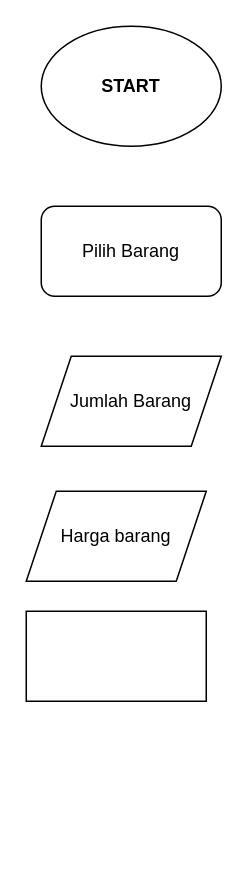
Above: Flowchart.drawio in BrokenBrainz/DestaPratama-BE5370877 (draw.io), before the change. Source tidied: cells renumbered, new cells numbered last; positions are measured from the earlier drawing's top-left corner, leaving out a move shared by most shapes. Both pictures are drawn from the tidied source at 150%, with x=0, y=0 at pixel (26, 26).
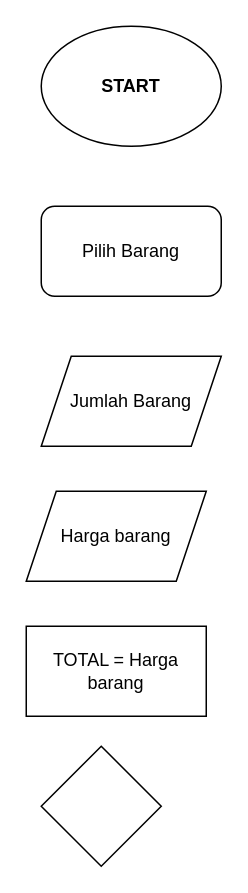
The same page after the edit.

Commit message:
Inisialisasi Pengkondisian

The edit, as a diff of the source:
```diff
@@
 <mxGraphModel>
   <root>
     <mxCell id="0" />
     <mxCell id="1" parent="0" />
     <mxCell id="2" value="&lt;b&gt;START&lt;/b&gt;" style="ellipse;whiteSpace=wrap;html=1;" parent="1" vertex="1">
       <mxGeometry x="10" width="120" height="80" as="geometry" />
     </mxCell>
     <mxCell id="3" value="Pilih Barang" style="rounded=1;whiteSpace=wrap;html=1;" parent="1" vertex="1">
       <mxGeometry x="10" y="120" width="120" height="60" as="geometry" />
     </mxCell>
     <mxCell id="4" value="Jumlah Barang" style="shape=parallelogram;perimeter=parallelogramPerimeter;whiteSpace=wrap;html=1;fixedSize=1;" parent="1" vertex="1">
       <mxGeometry x="10" y="220" width="120" height="60" as="geometry" />
     </mxCell>
     <mxCell id="5" value="Harga barang" style="shape=parallelogram;perimeter=parallelogramPerimeter;whiteSpace=wrap;html=1;fixedSize=1;" parent="1" vertex="1">
       <mxGeometry y="310" width="120" height="60" as="geometry" />
     </mxCell>
-    <mxCell id="6" style="rounded=0;whiteSpace=wrap;html=1;" parent="1" vertex="1">
-      <mxGeometry y="390" width="120" height="60" as="geometry" />
+    <mxCell id="6" value="TOTAL = Harga barang" style="rounded=0;whiteSpace=wrap;html=1;" parent="1" vertex="1">
+      <mxGeometry y="400" width="120" height="60" as="geometry" />
     </mxCell>
+    <mxCell id="7" style="rhombus;whiteSpace=wrap;html=1;" parent="1" vertex="1">
+      <mxGeometry x="10" y="480" width="80" height="80" as="geometry" />
+    </mxCell>
   </root>
 </mxGraphModel>
```
